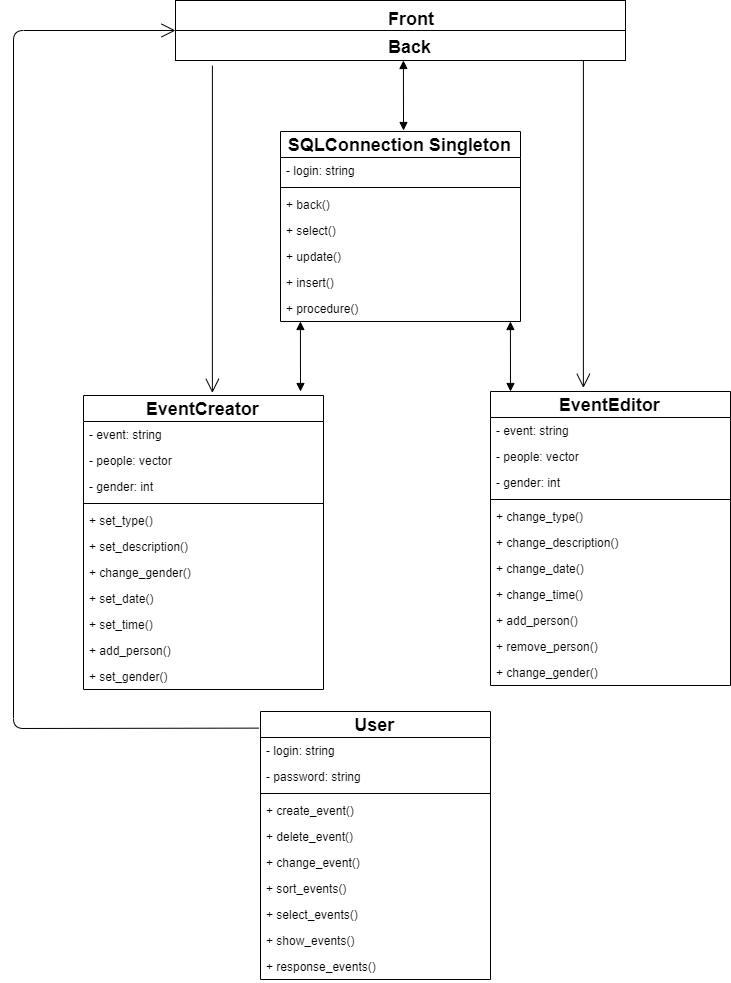
Earlier version of the draw.io export Diagramms/img/Class_diagramm.png (AntonElagin/MeetYou). Source tidied: cells renumbered, new cells last; positions are measured from the earlier drawing's top-left corner, leaving out a move shared by most shapes.
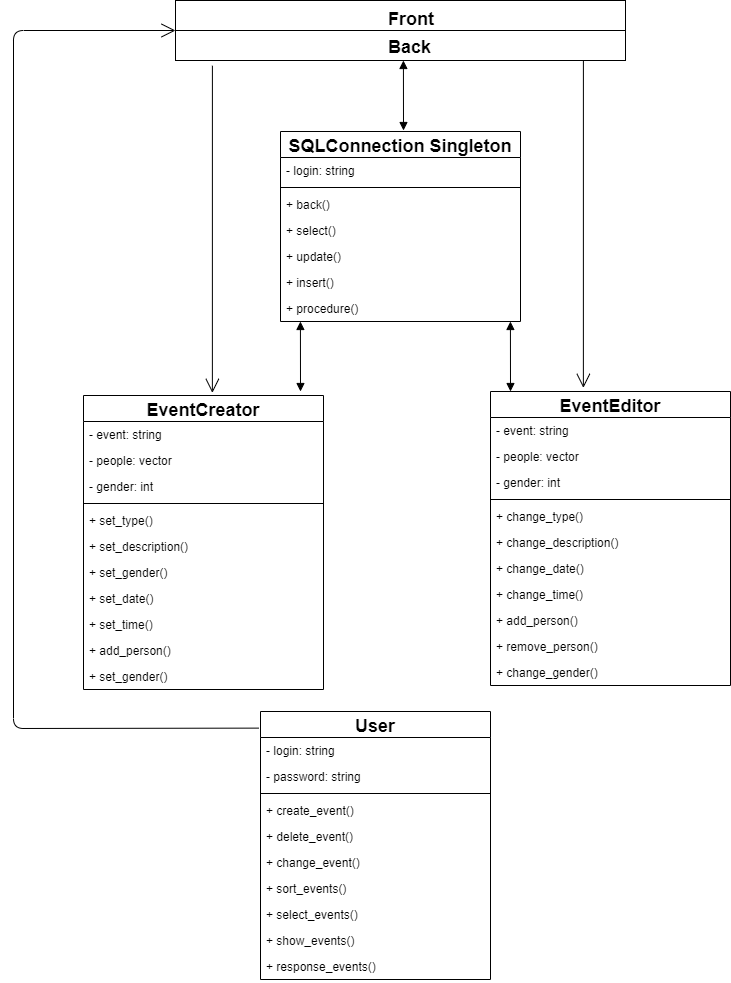
The same diagram one commit later.

The edit, as a diff of the source:
```diff
@@ -128,7 +128,7 @@
     <mxCell id="43" value="+ set_description()" style="text;strokeColor=none;fillColor=none;align=left;verticalAlign=top;spacingLeft=4;spacingRight=4;overflow=hidden;" parent="37" vertex="1">
       <mxGeometry y="138" width="240" height="26" as="geometry" />
     </mxCell>
-    <mxCell id="44" value="+ change_gender()" style="text;strokeColor=none;fillColor=none;align=left;verticalAlign=top;spacingLeft=4;spacingRight=4;overflow=hidden;" parent="37" vertex="1">
+    <mxCell id="44" value="+ set_gender()" style="text;strokeColor=none;fillColor=none;align=left;verticalAlign=top;spacingLeft=4;spacingRight=4;overflow=hidden;" parent="37" vertex="1">
       <mxGeometry y="164" width="240" height="26" as="geometry" />
     </mxCell>
     <mxCell id="45" value="+ set_date()" style="text;strokeColor=none;fillColor=none;align=left;verticalAlign=top;spacingLeft=4;spacingRight=4;overflow=hidden;" parent="37" vertex="1">
```
